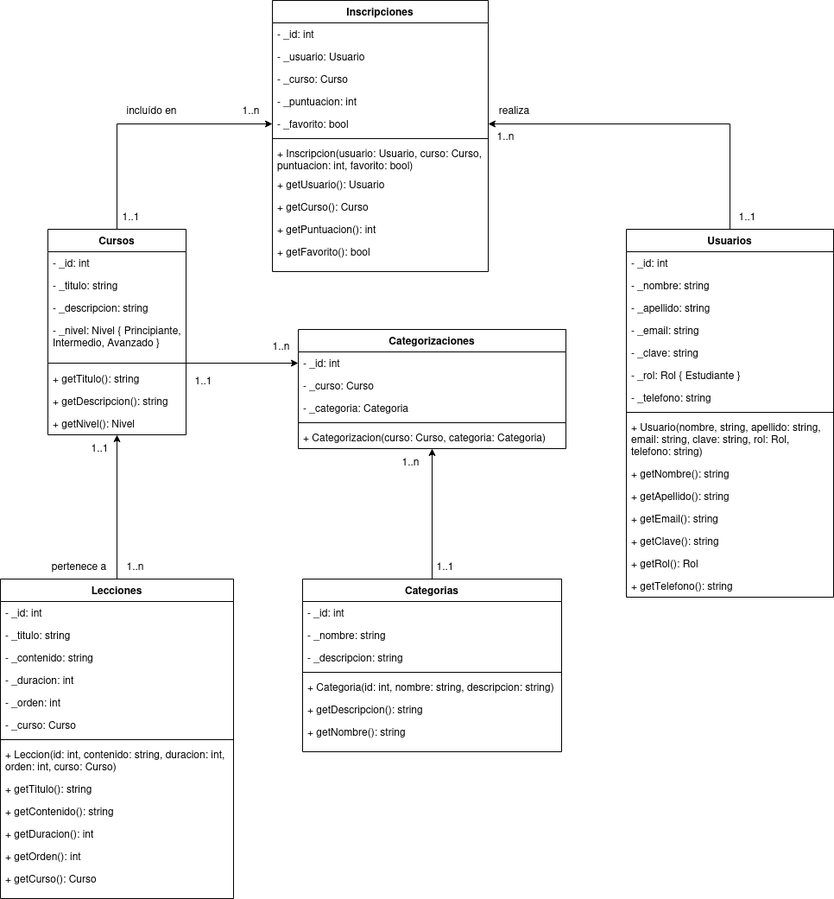
The draw.io diagram docs/diagrama-de-clases.png in abelardog/bootcampar, before a commit. Source tidied: cells renumbered, new cells last; positions are measured from the earlier drawing's top-left corner, leaving out a move shared by most shapes.
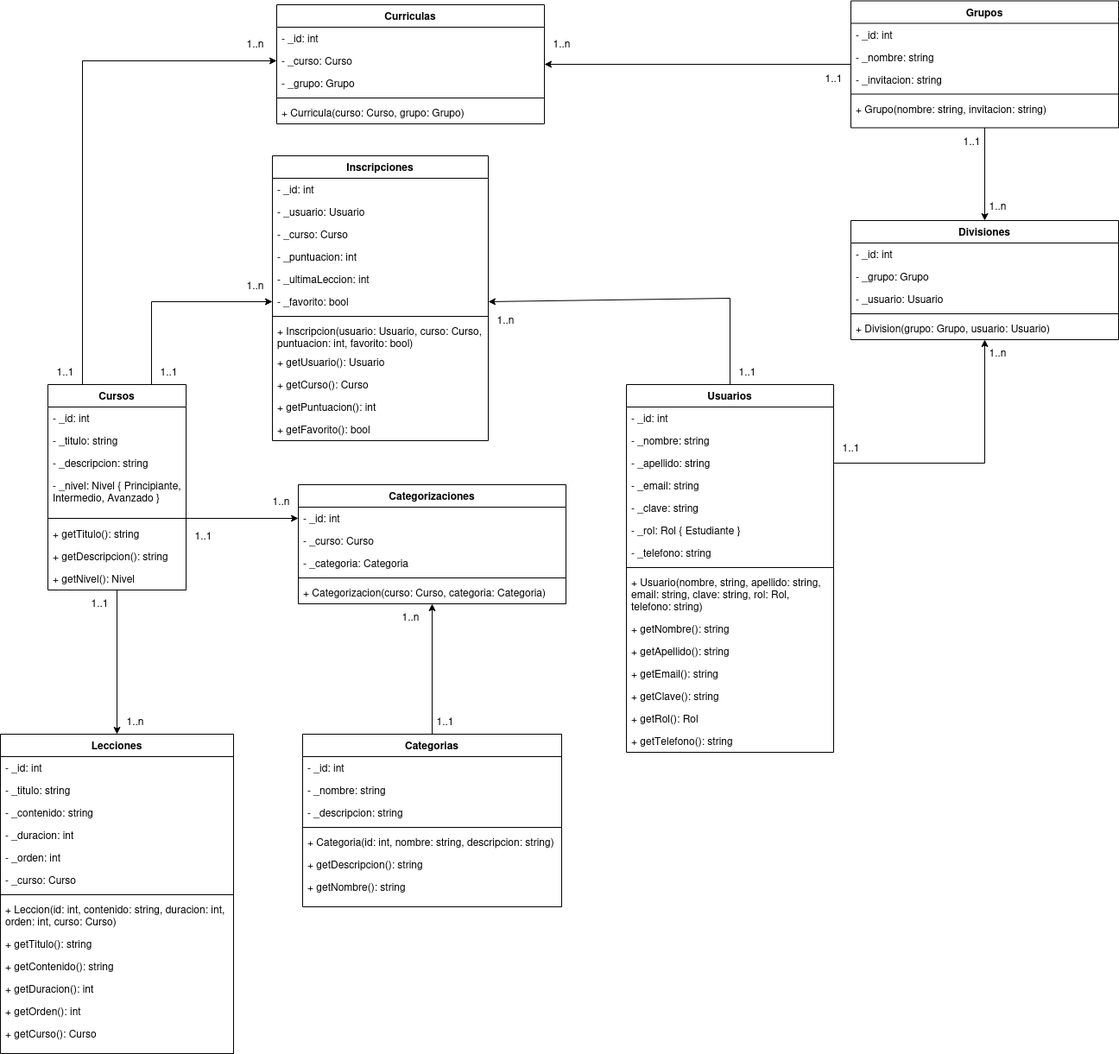
After the change.

Commit message:
update class diagram

What changed in the source:
```diff
@@ -50,13 +50,12 @@
     <mxCell id="17" value="+ getTelefono(): string" style="text;align=left;verticalAlign=top;spacingLeft=4;spacingRight=4;overflow=hidden;rounded=0;shadow=0;html=0;" parent="2" vertex="1">
       <mxGeometry y="400" width="240" height="26" as="geometry" />
     </mxCell>
-    <mxCell id="18" style="edgeStyle=orthogonalEdgeStyle;rounded=0;jettySize=auto;html=1;entryX=0;entryY=0.5;entryDx=0;entryDy=0;" parent="1" edge="1" source="19" target="66">
-      <mxGeometry relative="1" as="geometry">
-        <Array as="points">
-          <mxPoint x="135" y="143" />
-        </Array>
-      </mxGeometry>
+    <mxCell id="18" style="edgeStyle=orthogonalEdgeStyle;rounded=0;jettySize=auto;html=1;exitX=0.75;exitY=0;exitDx=0;exitDy=0;entryX=0;entryY=0.5;entryDx=0;entryDy=0;" parent="1" edge="1" source="19" target="66">
+      <mxGeometry relative="1" as="geometry" />
     </mxCell>
+    <mxCell id="85" style="edgeStyle=orthogonalEdgeStyle;rounded=0;jettySize=auto;html=1;exitX=0.25;exitY=0;exitDx=0;exitDy=0;entryX=0;entryY=0.5;entryDx=0;entryDy=0;" parent="1" edge="1" source="19" target="97">
+      <mxGeometry relative="1" as="geometry" />
+    </mxCell>
     <mxCell id="19" value="Cursos" style="swimlane;fontStyle=1;align=center;verticalAlign=top;horizontal=1;startSize=26;rounded=0;shadow=0;strokeWidth=1;" parent="1" vertex="1">
       <mxGeometry x="55" y="265" width="160" height="238" as="geometry" />
     </mxCell>
@@ -129,7 +128,7 @@
     <mxCell id="42" value="1..n" style="text;html=1;align=center;verticalAlign=middle;strokeColor=none;fillColor=none;" parent="1" vertex="1">
       <mxGeometry x="305" y="385" width="40" height="30" as="geometry" />
     </mxCell>
-    <mxCell id="43" style="edgeStyle=orthogonalEdgeStyle;rounded=0;jettySize=auto;html=1;entryX=0.5;entryY=1;entryDx=0;entryDy=0;" parent="1" edge="1" source="44" target="19">
+    <mxCell id="43" style="edgeStyle=orthogonalEdgeStyle;rounded=0;jettySize=auto;html=1;exitX=0.5;exitY=1;exitDx=0;exitDy=0;" parent="1" edge="1" source="19" target="44">
       <mxGeometry relative="1" as="geometry" />
     </mxCell>
     <mxCell id="44" value="Lecciones" style="swimlane;fontStyle=1;align=center;verticalAlign=top;horizontal=1;startSize=26;rounded=0;shadow=0;strokeWidth=1;" parent="1" vertex="1">
@@ -174,9 +173,6 @@
     <mxCell id="57" value="+ getCurso(): Curso" style="text;align=left;verticalAlign=top;spacingLeft=4;spacingRight=4;overflow=hidden;" parent="44" vertex="1">
       <mxGeometry y="334" width="270" height="26" as="geometry" />
     </mxCell>
-    <mxCell id="58" value="pertenece a" style="text;html=1;align=center;verticalAlign=middle;strokeColor=none;fillColor=none;" parent="1" vertex="1">
-      <mxGeometry x="46" y="640" width="90" height="30" as="geometry" />
-    </mxCell>
     <mxCell id="59" value="1..n" style="text;html=1;align=center;verticalAlign=middle;strokeColor=none;fillColor=none;" parent="1" vertex="1">
       <mxGeometry x="136" y="640" width="40" height="30" as="geometry" />
     </mxCell>
@@ -184,7 +180,7 @@
       <mxGeometry x="95" y="503" width="40" height="30" as="geometry" />
     </mxCell>
     <mxCell id="61" value="Inscripciones" style="swimlane;fontStyle=1;align=center;verticalAlign=top;horizontal=1;startSize=26;rounded=0;shadow=0;strokeWidth=1;" parent="1" vertex="1">
-      <mxGeometry x="315" width="250" height="314" as="geometry" />
+      <mxGeometry x="315" width="250" height="330" as="geometry" />
     </mxCell>
     <mxCell id="62" value="- _id: int" style="text;align=left;verticalAlign=top;spacingLeft=4;spacingRight=4;overflow=hidden;" parent="61" vertex="1">
       <mxGeometry y="26" width="250" height="26" as="geometry" />
@@ -192,58 +188,55 @@
     <mxCell id="63" value="- _usuario: Usuario" style="text;align=left;verticalAlign=top;spacingLeft=4;spacingRight=4;overflow=hidden;rounded=0;shadow=0;html=0;" parent="61" vertex="1">
       <mxGeometry y="52" width="250" height="26" as="geometry" />
     </mxCell>
+    <mxCell id="86" value="- _curso: Curso" style="text;align=left;verticalAlign=top;spacingLeft=4;spacingRight=4;overflow=hidden;rounded=0;shadow=0;html=0;" parent="61" vertex="1">
+      <mxGeometry y="78" width="250" height="26" as="geometry" />
+    </mxCell>
-    <mxCell id="64" value="- _curso: Curso" style="text;align=left;verticalAlign=top;spacingLeft=4;spacingRight=4;overflow=hidden;rounded=0;shadow=0;html=0;" parent="61" vertex="1">
-      <mxGeometry y="78" width="250" height="26" as="geometry" />
+    <mxCell id="64" value="- _puntuacion: int" style="text;align=left;verticalAlign=top;spacingLeft=4;spacingRight=4;overflow=hidden;rounded=0;shadow=0;html=0;" parent="61" vertex="1">
+      <mxGeometry y="104" width="250" height="26" as="geometry" />
     </mxCell>
-    <mxCell id="65" value="- _puntuacion: int" style="text;align=left;verticalAlign=top;spacingLeft=4;spacingRight=4;overflow=hidden;rounded=0;shadow=0;html=0;" parent="61" vertex="1">
-      <mxGeometry y="104" width="250" height="26" as="geometry" />
+    <mxCell id="65" value="- _ultimaLeccion: int" style="text;align=left;verticalAlign=top;spacingLeft=4;spacingRight=4;overflow=hidden;rounded=0;shadow=0;html=0;" parent="61" vertex="1">
+      <mxGeometry y="130" width="250" height="26" as="geometry" />
     </mxCell>
     <mxCell id="66" value="- _favorito: bool" style="text;align=left;verticalAlign=top;spacingLeft=4;spacingRight=4;overflow=hidden;points=[[0,0.5],[1,0.5]];portConstraint=eastwest;rounded=0;shadow=0;html=0;" parent="61" vertex="1">
-      <mxGeometry y="130" width="250" height="26" as="geometry" />
+      <mxGeometry y="156" width="250" height="26" as="geometry" />
     </mxCell>
     <mxCell id="67" style="line;html=1;strokeWidth=1;align=left;verticalAlign=middle;spacingTop=-1;spacingLeft=3;spacingRight=3;labelPosition=right;" parent="61" vertex="1">
-      <mxGeometry y="156" width="250" height="8" as="geometry" />
+      <mxGeometry y="182" width="250" height="8" as="geometry" />
     </mxCell>
     <mxCell id="68" value="+ Inscripcion(usuario: Usuario, curso: Curso,&#10;puntuacion: int, favorito: bool)&#10;" style="text;align=left;verticalAlign=top;spacingLeft=4;spacingRight=4;overflow=hidden;rounded=0;shadow=0;html=0;" parent="61" vertex="1">
-      <mxGeometry y="164" width="250" height="36" as="geometry" />
+      <mxGeometry y="190" width="250" height="36" as="geometry" />
     </mxCell>
     <mxCell id="69" value="+ getUsuario(): Usuario" style="text;align=left;verticalAlign=top;spacingLeft=4;spacingRight=4;overflow=hidden;rounded=0;shadow=0;html=0;" parent="61" vertex="1">
-      <mxGeometry y="200" width="250" height="26" as="geometry" />
+      <mxGeometry y="226" width="250" height="26" as="geometry" />
     </mxCell>
     <mxCell id="70" value="+ getCurso(): Curso" style="text;align=left;verticalAlign=top;spacingLeft=4;spacingRight=4;overflow=hidden;rounded=0;shadow=0;html=0;" parent="61" vertex="1">
-      <mxGeometry y="226" width="250" height="26" as="geometry" />
+      <mxGeometry y="252" width="250" height="26" as="geometry" />
     </mxCell>
     <mxCell id="71" value="+ getPuntuacion(): int" style="text;align=left;verticalAlign=top;spacingLeft=4;spacingRight=4;overflow=hidden;rounded=0;shadow=0;html=0;" parent="61" vertex="1">
-      <mxGeometry y="252" width="250" height="26" as="geometry" />
+      <mxGeometry y="278" width="250" height="26" as="geometry" />
     </mxCell>
     <mxCell id="72" value="+ getFavorito(): bool" style="text;align=left;verticalAlign=top;spacingLeft=4;spacingRight=4;overflow=hidden;rounded=0;shadow=0;html=0;" parent="61" vertex="1">
-      <mxGeometry y="278" width="250" height="26" as="geometry" />
+      <mxGeometry y="304" width="250" height="26" as="geometry" />
     </mxCell>
     <mxCell id="73" value="1..n" style="text;html=1;align=center;verticalAlign=middle;strokeColor=none;fillColor=none;" parent="1" vertex="1">
-      <mxGeometry x="270" y="112" width="40" height="30" as="geometry" />
+      <mxGeometry x="275" y="135" width="40" height="30" as="geometry" />
     </mxCell>
     <mxCell id="74" style="rounded=0;jettySize=auto;html=1;entryX=1;entryY=0.5;entryDx=0;entryDy=0;exitX=0.5;exitY=0;exitDx=0;exitDy=0;" parent="1" edge="1" source="2" target="66">
       <mxGeometry relative="1" as="geometry">
         <Array as="points">
-          <mxPoint x="845" y="143" />
+          <mxPoint x="845" y="165" />
         </Array>
       </mxGeometry>
     </mxCell>
     <mxCell id="75" value="1..1" style="text;html=1;align=center;verticalAlign=middle;strokeColor=none;fillColor=none;" parent="1" vertex="1">
-      <mxGeometry x="131" y="235" width="40" height="30" as="geometry" />
+      <mxGeometry x="175" y="235" width="40" height="30" as="geometry" />
     </mxCell>
     <mxCell id="76" value="1..n" style="text;html=1;align=center;verticalAlign=middle;strokeColor=none;fillColor=none;" parent="1" vertex="1">
-      <mxGeometry x="565" y="142" width="40" height="30" as="geometry" />
+      <mxGeometry x="565" y="175" width="40" height="30" as="geometry" />
     </mxCell>
     <mxCell id="77" value="1..1" style="text;html=1;align=center;verticalAlign=middle;strokeColor=none;fillColor=none;" parent="1" vertex="1">
       <mxGeometry x="845" y="235" width="40" height="30" as="geometry" />
     </mxCell>
-    <mxCell id="78" value="realiza" style="text;html=1;align=center;verticalAlign=middle;strokeColor=none;fillColor=none;" parent="1" vertex="1">
-      <mxGeometry x="565" y="112" width="60" height="30" as="geometry" />
-    </mxCell>
-    <mxCell id="79" value="incluído en" style="text;html=1;align=center;verticalAlign=middle;strokeColor=none;fillColor=none;" parent="1" vertex="1">
-      <mxGeometry x="135" y="112" width="80" height="30" as="geometry" />
-    </mxCell>
     <mxCell id="80" value="1..1" style="text;html=1;align=center;verticalAlign=middle;strokeColor=none;fillColor=none;" parent="1" vertex="1">
       <mxGeometry x="215" y="425" width="40" height="30" as="geometry" />
     </mxCell>
@@ -259,5 +252,92 @@
     <mxCell id="84" style="edgeStyle=orthogonalEdgeStyle;rounded=0;jettySize=auto;html=1;entryX=0.5;entryY=1;entryDx=0;entryDy=0;exitX=0.5;exitY=0;exitDx=0;exitDy=0;" parent="1" edge="1" source="34" target="28">
       <mxGeometry relative="1" as="geometry" />
     </mxCell>
+    <mxCell id="87" style="edgeStyle=orthogonalEdgeStyle;rounded=0;jettySize=auto;html=1;entryX=1;entryY=0.5;entryDx=0;entryDy=0;" parent="1" edge="1" source="89" target="95">
+      <mxGeometry relative="1" as="geometry" />
+    </mxCell>
+    <mxCell id="88" style="edgeStyle=orthogonalEdgeStyle;rounded=0;jettySize=auto;html=1;entryX=0.5;entryY=0;entryDx=0;entryDy=0;" parent="1" edge="1" source="89" target="101">
+      <mxGeometry relative="1" as="geometry" />
+    </mxCell>
+    <mxCell id="89" value="Grupos" style="swimlane;fontStyle=1;align=center;verticalAlign=top;horizontal=1;startSize=26;rounded=0;shadow=0;strokeWidth=1;" parent="1" vertex="1">
+      <mxGeometry x="985" y="-179.5" width="310" height="147" as="geometry" />
+    </mxCell>
+    <mxCell id="90" value="- _id: int" style="text;align=left;verticalAlign=top;spacingLeft=4;spacingRight=4;overflow=hidden;" parent="89" vertex="1">
+      <mxGeometry y="26" width="310" height="26" as="geometry" />
+    </mxCell>
+    <mxCell id="91" value="- _nombre: string" style="text;align=left;verticalAlign=top;spacingLeft=4;spacingRight=4;overflow=hidden;" parent="89" vertex="1">
+      <mxGeometry y="52" width="310" height="26" as="geometry" />
+    </mxCell>
+    <mxCell id="92" value="- _invitacion: string" style="text;align=left;verticalAlign=top;spacingLeft=4;spacingRight=4;overflow=hidden;" parent="89" vertex="1">
+      <mxGeometry y="78" width="310" height="26" as="geometry" />
+    </mxCell>
+    <mxCell id="93" style="line;html=1;strokeWidth=1;align=left;verticalAlign=middle;spacingTop=-1;spacingLeft=3;spacingRight=3;labelPosition=right;" parent="89" vertex="1">
+      <mxGeometry y="104" width="310" height="8" as="geometry" />
+    </mxCell>
+    <mxCell id="94" value="+ Grupo(nombre: string, invitacion: string)" style="text;align=left;verticalAlign=top;spacingLeft=4;spacingRight=4;overflow=hidden;" parent="89" vertex="1">
+      <mxGeometry y="112" width="310" height="26" as="geometry" />
+    </mxCell>
+    <mxCell id="95" value="Curriculas" style="swimlane;fontStyle=1;align=center;verticalAlign=top;horizontal=1;startSize=26;rounded=0;shadow=0;strokeWidth=1;" parent="1" vertex="1">
+      <mxGeometry x="320" y="-175" width="310" height="138" as="geometry" />
+    </mxCell>
+    <mxCell id="96" value="- _id: int" style="text;align=left;verticalAlign=top;spacingLeft=4;spacingRight=4;overflow=hidden;" parent="95" vertex="1">
+      <mxGeometry y="26" width="310" height="26" as="geometry" />
+    </mxCell>
+    <mxCell id="97" value="- _curso: Curso" style="text;align=left;verticalAlign=top;spacingLeft=4;spacingRight=4;overflow=hidden;points=[[0,0.5],[1,0.5]];portConstraint=eastwest;" parent="95" vertex="1">
+      <mxGeometry y="52" width="310" height="26" as="geometry" />
+    </mxCell>
+    <mxCell id="98" value="- _grupo: Grupo" style="text;align=left;verticalAlign=top;spacingLeft=4;spacingRight=4;overflow=hidden;" parent="95" vertex="1">
+      <mxGeometry y="78" width="310" height="26" as="geometry" />
+    </mxCell>
+    <mxCell id="99" style="line;html=1;strokeWidth=1;align=left;verticalAlign=middle;spacingTop=-1;spacingLeft=3;spacingRight=3;labelPosition=right;" parent="95" vertex="1">
+      <mxGeometry y="104" width="310" height="8" as="geometry" />
+    </mxCell>
+    <mxCell id="100" value="+ Curricula(curso: Curso, grupo: Grupo)" style="text;align=left;verticalAlign=top;spacingLeft=4;spacingRight=4;overflow=hidden;" parent="95" vertex="1">
+      <mxGeometry y="112" width="310" height="26" as="geometry" />
+    </mxCell>
+    <mxCell id="101" value="Divisiones" style="swimlane;fontStyle=1;align=center;verticalAlign=top;horizontal=1;startSize=26;rounded=0;shadow=0;strokeWidth=1;" parent="1" vertex="1">
+      <mxGeometry x="985" y="75" width="310" height="138" as="geometry" />
+    </mxCell>
+    <mxCell id="102" value="- _id: int" style="text;align=left;verticalAlign=top;spacingLeft=4;spacingRight=4;overflow=hidden;" parent="101" vertex="1">
+      <mxGeometry y="26" width="310" height="26" as="geometry" />
+    </mxCell>
+    <mxCell id="103" value="- _grupo: Grupo" style="text;align=left;verticalAlign=top;spacingLeft=4;spacingRight=4;overflow=hidden;" parent="101" vertex="1">
+      <mxGeometry y="52" width="310" height="26" as="geometry" />
+    </mxCell>
+    <mxCell id="104" value="- _usuario: Usuario" style="text;align=left;verticalAlign=top;spacingLeft=4;spacingRight=4;overflow=hidden;" parent="101" vertex="1">
+      <mxGeometry y="78" width="310" height="26" as="geometry" />
+    </mxCell>
+    <mxCell id="105" style="line;html=1;strokeWidth=1;align=left;verticalAlign=middle;spacingTop=-1;spacingLeft=3;spacingRight=3;labelPosition=right;" parent="101" vertex="1">
+      <mxGeometry y="104" width="310" height="8" as="geometry" />
+    </mxCell>
+    <mxCell id="106" value="+ Division(grupo: Grupo, usuario: Usuario)" style="text;align=left;verticalAlign=top;spacingLeft=4;spacingRight=4;overflow=hidden;" parent="101" vertex="1">
+      <mxGeometry y="112" width="310" height="26" as="geometry" />
+    </mxCell>
+    <mxCell id="107" style="edgeStyle=orthogonalEdgeStyle;rounded=0;jettySize=auto;html=1;exitX=1;exitY=0.5;exitDx=0;exitDy=0;entryX=0.5;entryY=1;entryDx=0;entryDy=0;" parent="1" edge="1" source="5" target="101">
+      <mxGeometry relative="1" as="geometry" />
+    </mxCell>
+    <mxCell id="108" value="1..n" style="text;html=1;align=center;verticalAlign=middle;strokeColor=none;fillColor=none;" parent="1" vertex="1">
+      <mxGeometry x="1135" y="213" width="40" height="30" as="geometry" />
+    </mxCell>
+    <mxCell id="109" value="1..1" style="text;html=1;align=center;verticalAlign=middle;strokeColor=none;fillColor=none;" parent="1" vertex="1">
+      <mxGeometry x="965" y="323" width="40" height="30" as="geometry" />
+    </mxCell>
+    <mxCell id="110" value="1..n" style="text;html=1;align=center;verticalAlign=middle;strokeColor=none;fillColor=none;" parent="1" vertex="1">
+      <mxGeometry x="630" y="-145" width="40" height="30" as="geometry" />
+    </mxCell>
+    <mxCell id="111" value="1..n" style="text;html=1;align=center;verticalAlign=middle;strokeColor=none;fillColor=none;" parent="1" vertex="1">
+      <mxGeometry x="275" y="-145" width="40" height="30" as="geometry" />
+    </mxCell>
+    <mxCell id="112" value="1..1" style="text;html=1;align=center;verticalAlign=middle;strokeColor=none;fillColor=none;" parent="1" vertex="1">
+      <mxGeometry x="55" y="235" width="40" height="30" as="geometry" />
+    </mxCell>
+    <mxCell id="113" value="1..1" style="text;html=1;align=center;verticalAlign=middle;strokeColor=none;fillColor=none;" parent="1" vertex="1">
+      <mxGeometry x="945" y="-105" width="40" height="30" as="geometry" />
+    </mxCell>
+    <mxCell id="114" value="1..1" style="text;html=1;align=center;verticalAlign=middle;strokeColor=none;fillColor=none;" parent="1" vertex="1">
+      <mxGeometry x="1105" y="-32.5" width="40" height="30" as="geometry" />
+    </mxCell>
+    <mxCell id="115" value="1..n" style="text;html=1;align=center;verticalAlign=middle;strokeColor=none;fillColor=none;" parent="1" vertex="1">
+      <mxGeometry x="1135" y="43" width="40" height="30" as="geometry" />
+    </mxCell>
   </root>
 </mxGraphModel>
```
